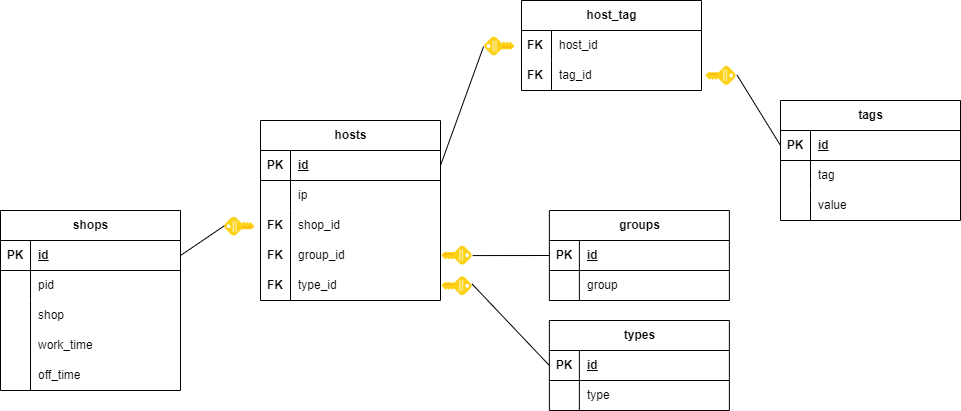
Earlier version of the draw.io export db_schema.png (DorofD/zabbix_actualization_service). Source tidied: cells renumbered, new cells last; positions are measured from the earlier drawing's top-left corner, leaving out a move shared by most shapes.
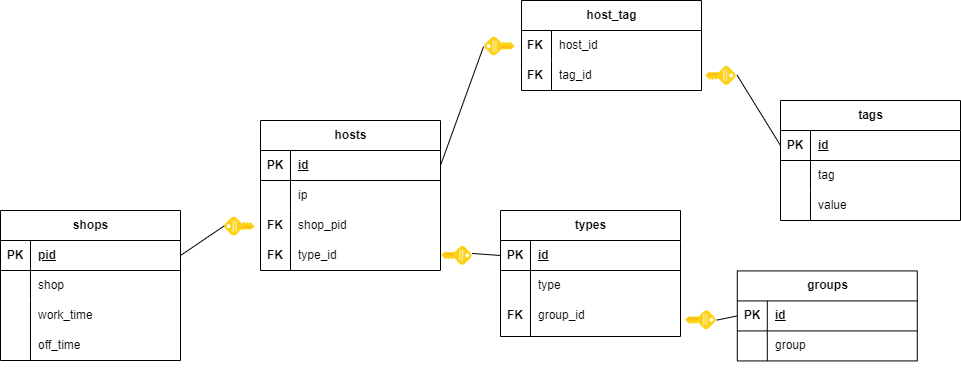
After the commit.

The edit, as a diff of the source:
```diff
@@ -57,7 +57,7 @@
       <mxGeometry y="210" width="180" height="180" as="geometry" />
     </mxCell>
     <mxCell id="20" value="shops" style="shape=table;startSize=30;rowLines=0;fontStyle=1;align=center;html=1;" parent="19" vertex="1">
-      <mxGeometry width="180" height="180" as="geometry" />
+      <mxGeometry width="180" height="150" as="geometry" />
     </mxCell>
     <mxCell id="21" style="shape=tableRow;horizontal=0;startSize=0;swimlaneHead=0;swimlaneBody=0;fillColor=none;points=[[0,0.5],[1,0.5]];portConstraint=eastwest;top=0;left=0;right=0;bottom=1;" parent="20" vertex="1">
       <mxGeometry y="30" width="180" height="30" as="geometry" />
@@ -65,7 +65,7 @@
     <mxCell id="22" value="PK" style="shape=partialRectangle;fillColor=none;top=0;left=0;bottom=0;right=0;fontStyle=1;overflow=hidden;whiteSpace=wrap;html=1;" parent="21" vertex="1">
       <mxGeometry width="30" height="30" as="geometry" />
     </mxCell>
-    <mxCell id="23" value="id" style="shape=partialRectangle;fillColor=none;top=0;left=0;bottom=0;right=0;align=left;spacingLeft=6;fontStyle=5;overflow=hidden;whiteSpace=wrap;html=1;" parent="21" vertex="1">
+    <mxCell id="23" value="pid" style="shape=partialRectangle;fillColor=none;top=0;left=0;bottom=0;right=0;align=left;spacingLeft=6;fontStyle=5;overflow=hidden;whiteSpace=wrap;html=1;" parent="21" vertex="1">
       <mxGeometry x="30" width="150" height="30" as="geometry" />
     </mxCell>
     <mxCell id="24" style="shape=tableRow;horizontal=0;startSize=0;swimlaneHead=0;swimlaneBody=0;fillColor=none;top=0;left=0;right=0;bottom=0;" parent="20" vertex="1">
@@ -74,26 +74,26 @@
     <mxCell id="25" style="shape=partialRectangle;fillColor=none;top=0;left=0;bottom=0;right=0;overflow=hidden;whiteSpace=wrap;html=1;" parent="24" vertex="1">
       <mxGeometry width="30" height="30" as="geometry" />
     </mxCell>
-    <mxCell id="26" value="pid" style="shape=partialRectangle;fillColor=none;top=0;left=0;bottom=0;right=0;align=left;spacingLeft=6;overflow=hidden;whiteSpace=wrap;html=1;" parent="24" vertex="1">
+    <mxCell id="26" style="shape=partialRectangle;fillColor=none;top=0;left=0;bottom=0;right=0;align=left;spacingLeft=6;overflow=hidden;whiteSpace=wrap;html=1;" parent="24" vertex="1">
       <mxGeometry x="30" width="150" height="30" as="geometry" />
     </mxCell>
     <mxCell id="27" style="shape=tableRow;horizontal=0;startSize=0;swimlaneHead=0;swimlaneBody=0;fillColor=none;top=0;left=0;right=0;bottom=0;" parent="20" vertex="1">
-      <mxGeometry y="90" width="180" height="90" as="geometry" />
+      <mxGeometry y="90" width="180" height="60" as="geometry" />
     </mxCell>
     <mxCell id="28" style="shape=partialRectangle;fillColor=none;top=0;left=0;bottom=0;right=0;overflow=hidden;whiteSpace=wrap;html=1;" parent="27" vertex="1">
-      <mxGeometry width="30" height="90" as="geometry" />
+      <mxGeometry width="30" height="60" as="geometry" />
     </mxCell>
     <mxCell id="29" style="shape=partialRectangle;fillColor=none;top=0;left=0;bottom=0;right=0;align=left;spacingLeft=6;overflow=hidden;whiteSpace=wrap;html=1;" parent="27" vertex="1">
-      <mxGeometry x="30" width="150" height="90" as="geometry" />
+      <mxGeometry x="30" width="150" height="60" as="geometry" />
     </mxCell>
     <mxCell id="30" value="shop" style="shape=partialRectangle;fillColor=none;top=0;left=0;bottom=0;right=0;align=left;spacingLeft=6;overflow=hidden;whiteSpace=wrap;html=1;" parent="19" vertex="1">
-      <mxGeometry x="30" y="90" width="150" height="30" as="geometry" />
+      <mxGeometry x="30" y="60" width="150" height="30" as="geometry" />
     </mxCell>
     <mxCell id="31" value="work_time" style="shape=partialRectangle;fillColor=none;top=0;left=0;bottom=0;right=0;align=left;spacingLeft=6;overflow=hidden;whiteSpace=wrap;html=1;" parent="19" vertex="1">
-      <mxGeometry x="30" y="120" width="150" height="30" as="geometry" />
+      <mxGeometry x="30" y="90" width="150" height="30" as="geometry" />
     </mxCell>
     <mxCell id="32" value="off_time" style="shape=partialRectangle;fillColor=none;top=0;left=0;bottom=0;right=0;align=left;spacingLeft=6;overflow=hidden;whiteSpace=wrap;html=1;" parent="19" vertex="1">
-      <mxGeometry x="30" y="150" width="150" height="30" as="geometry" />
+      <mxGeometry x="30" y="120" width="150" height="30" as="geometry" />
     </mxCell>
     <mxCell id="33" style="shape=partialRectangle;fillColor=none;top=0;left=0;bottom=0;right=0;fontStyle=1;overflow=hidden;whiteSpace=wrap;html=1;" parent="19" vertex="1">
       <mxGeometry y="120" width="30" height="30" as="geometry" />
@@ -105,13 +105,13 @@
       <mxGeometry relative="1" as="geometry" />
     </mxCell>
     <mxCell id="36" style="group;" parent="1" vertex="1">
-      <mxGeometry x="230" y="120" width="210" height="180" as="geometry" />
+      <mxGeometry x="230" y="120" width="210" height="200" as="geometry" />
     </mxCell>
     <mxCell id="37" style="group;" parent="36" vertex="1">
-      <mxGeometry x="30" width="180" height="180" as="geometry" />
+      <mxGeometry x="30" width="180" height="200" as="geometry" />
     </mxCell>
     <mxCell id="38" value="hosts" style="shape=table;startSize=30;rowLines=0;fontStyle=1;align=center;html=1;" parent="37" vertex="1">
-      <mxGeometry width="180" height="180" as="geometry" />
+      <mxGeometry width="180" height="150" as="geometry" />
     </mxCell>
     <mxCell id="39" style="shape=tableRow;horizontal=0;startSize=0;swimlaneHead=0;swimlaneBody=0;fillColor=none;points=[[0,0.5],[1,0.5]];portConstraint=eastwest;top=0;left=0;right=0;bottom=1;" parent="38" vertex="1">
       <mxGeometry y="30" width="180" height="30" as="geometry" />
@@ -132,40 +132,34 @@
       <mxGeometry x="30" width="150" height="30" as="geometry" />
     </mxCell>
     <mxCell id="45" style="shape=tableRow;horizontal=0;startSize=0;swimlaneHead=0;swimlaneBody=0;fillColor=none;top=0;left=0;right=0;bottom=0;" parent="38" vertex="1">
-      <mxGeometry y="90" width="180" height="90" as="geometry" />
+      <mxGeometry y="90" width="180" height="60" as="geometry" />
     </mxCell>
     <mxCell id="46" style="shape=partialRectangle;fillColor=none;top=0;left=0;bottom=0;right=0;overflow=hidden;whiteSpace=wrap;html=1;" parent="45" vertex="1">
-      <mxGeometry width="30" height="90" as="geometry" />
+      <mxGeometry width="30" height="60" as="geometry" />
     </mxCell>
     <mxCell id="47" style="shape=partialRectangle;fillColor=none;top=0;left=0;bottom=0;right=0;align=left;spacingLeft=6;overflow=hidden;whiteSpace=wrap;html=1;" parent="45" vertex="1">
-      <mxGeometry x="30" width="150" height="90" as="geometry" />
+      <mxGeometry x="30" width="150" height="60" as="geometry" />
     </mxCell>
-    <mxCell id="48" value="shop_id" style="shape=partialRectangle;fillColor=none;top=0;left=0;bottom=0;right=0;align=left;spacingLeft=6;overflow=hidden;whiteSpace=wrap;html=1;" parent="37" vertex="1">
+    <mxCell id="48" value="shop_pid" style="shape=partialRectangle;fillColor=none;top=0;left=0;bottom=0;right=0;align=left;spacingLeft=6;overflow=hidden;whiteSpace=wrap;html=1;" parent="37" vertex="1">
       <mxGeometry x="30" y="90" width="150" height="30" as="geometry" />
     </mxCell>
     <mxCell id="49" value="type_id" style="shape=partialRectangle;fillColor=none;top=0;left=0;bottom=0;right=0;align=left;spacingLeft=6;overflow=hidden;whiteSpace=wrap;html=1;" parent="37" vertex="1">
-      <mxGeometry x="30" y="150" width="150" height="30" as="geometry" />
+      <mxGeometry x="30" y="120" width="150" height="30" as="geometry" />
     </mxCell>
-    <mxCell id="50" value="group_id" style="shape=partialRectangle;fillColor=none;top=0;left=0;bottom=0;right=0;align=left;spacingLeft=6;overflow=hidden;whiteSpace=wrap;html=1;" parent="37" vertex="1">
-      <mxGeometry x="30" y="120" width="150" height="30" as="geometry" />
-    </mxCell>
     <mxCell id="51" value="FK" style="shape=partialRectangle;fillColor=none;top=0;left=0;bottom=0;right=0;fontStyle=1;overflow=hidden;whiteSpace=wrap;html=1;" parent="37" vertex="1">
       <mxGeometry y="90" width="30" height="30" as="geometry" />
     </mxCell>
     <mxCell id="52" value="FK" style="shape=partialRectangle;fillColor=none;top=0;left=0;bottom=0;right=0;fontStyle=1;overflow=hidden;whiteSpace=wrap;html=1;" parent="37" vertex="1">
-      <mxGeometry y="150" width="30" height="30" as="geometry" />
+      <mxGeometry y="120" width="30" height="30" as="geometry" />
     </mxCell>
-    <mxCell id="53" value="FK" style="shape=partialRectangle;fillColor=none;top=0;left=0;bottom=0;right=0;fontStyle=1;overflow=hidden;whiteSpace=wrap;html=1;" parent="37" vertex="1">
-      <mxGeometry y="120" width="30" height="30" as="geometry" />
-    </mxCell>
     <mxCell id="54" style="sketch=0;html=1;points=[];align=center;image;fontSize=12;image=img/lib/mscae/Key.svg;rotation=-90;" parent="36" vertex="1">
       <mxGeometry y="90" width="18.9" height="30.4" as="geometry" />
     </mxCell>
     <mxCell id="55" style="group;" parent="1" vertex="1">
-      <mxGeometry x="513.1" y="320" width="215.8" height="90" as="geometry" />
+      <mxGeometry x="513.1" y="230" width="215.8" height="105" as="geometry" />
     </mxCell>
     <mxCell id="56" value="types" style="shape=table;startSize=30;rowLines=0;fontStyle=1;align=center;html=1;" parent="55" vertex="1">
-      <mxGeometry x="35.8" width="180" height="90" as="geometry" />
+      <mxGeometry x="-13.1" y="-20" width="180" height="126" as="geometry" />
     </mxCell>
     <mxCell id="57" style="shape=tableRow;horizontal=0;startSize=0;swimlaneHead=0;swimlaneBody=0;fillColor=none;points=[[0,0.5],[1,0.5]];portConstraint=eastwest;top=0;left=0;right=0;bottom=1;" parent="56" vertex="1">
       <mxGeometry y="30" width="180" height="30" as="geometry" />
@@ -177,16 +171,28 @@
       <mxGeometry x="30" width="150" height="30" as="geometry" />
     </mxCell>
     <mxCell id="60" style="shape=tableRow;horizontal=0;startSize=0;swimlaneHead=0;swimlaneBody=0;fillColor=none;top=0;left=0;right=0;bottom=0;" parent="56" vertex="1">
-      <mxGeometry y="60" width="180" height="30" as="geometry" />
+      <mxGeometry y="60" width="180" height="66" as="geometry" />
     </mxCell>
     <mxCell id="61" style="shape=partialRectangle;fillColor=none;top=0;left=0;bottom=0;right=0;overflow=hidden;whiteSpace=wrap;html=1;" parent="60" vertex="1">
-      <mxGeometry width="30" height="30" as="geometry" />
+      <mxGeometry width="30" height="66" as="geometry" />
     </mxCell>
-    <mxCell id="62" value="type" style="shape=partialRectangle;fillColor=none;top=0;left=0;bottom=0;right=0;align=left;spacingLeft=6;overflow=hidden;whiteSpace=wrap;html=1;" parent="60" vertex="1">
-      <mxGeometry x="30" width="150" height="30" as="geometry" />
+    <mxCell id="62" style="shape=partialRectangle;fillColor=none;top=0;left=0;bottom=0;right=0;align=left;spacingLeft=6;overflow=hidden;whiteSpace=wrap;html=1;" parent="60" vertex="1">
+      <mxGeometry x="30" width="150" height="66" as="geometry" />
     </mxCell>
+    <mxCell id="77" style="sketch=0;html=1;points=[];align=center;image;fontSize=12;image=img/lib/mscae/Key.svg;rotation=90;" parent="55" vertex="1">
+      <mxGeometry x="176.9" y="74.6" width="18.9" height="30.4" as="geometry" />
+    </mxCell>
+    <mxCell id="81" value="type" style="shape=partialRectangle;fillColor=none;top=0;left=0;bottom=0;right=0;align=left;spacingLeft=6;overflow=hidden;whiteSpace=wrap;html=1;" parent="55" vertex="1">
+      <mxGeometry x="16.9" y="40.2" width="150" height="30" as="geometry" />
+    </mxCell>
+    <mxCell id="50" value="group_id" style="shape=partialRectangle;fillColor=none;top=0;left=0;bottom=0;right=0;align=left;spacingLeft=6;overflow=hidden;whiteSpace=wrap;html=1;" parent="55" vertex="1">
+      <mxGeometry x="16.9" y="70.2" width="150" height="30" as="geometry" />
+    </mxCell>
+    <mxCell id="53" value="FK" style="shape=partialRectangle;fillColor=none;top=0;left=0;bottom=0;right=0;fontStyle=1;overflow=hidden;whiteSpace=wrap;html=1;" parent="55" vertex="1">
+      <mxGeometry x="-13.1" y="70.2" width="30" height="30" as="geometry" />
+    </mxCell>
     <mxCell id="63" style="group;" parent="1" vertex="1">
-      <mxGeometry x="513.1" y="210" width="215.8" height="90" as="geometry" />
+      <mxGeometry x="701" y="270.4" width="215.8" height="90" as="geometry" />
     </mxCell>
     <mxCell id="64" value="groups" style="shape=table;startSize=30;rowLines=0;fontStyle=1;align=center;html=1;" parent="63" vertex="1">
       <mxGeometry x="35.8" width="180" height="90" as="geometry" />
@@ -227,11 +233,8 @@
     <mxCell id="76" style="endArrow=none;html=1;rounded=0;exitX=0;exitY=0.5;exitDx=0;exitDy=0;entryX=0.452;entryY=-0.061;entryDx=0;entryDy=0;entryPerimeter=0;" parent="1" edge="1" source="3" target="75">
       <mxGeometry relative="1" as="geometry" />
     </mxCell>
-    <mxCell id="77" style="sketch=0;html=1;points=[];align=center;image;fontSize=12;image=img/lib/mscae/Key.svg;rotation=90;" parent="1" vertex="1">
-      <mxGeometry x="446" y="240" width="18.9" height="30.4" as="geometry" />
-    </mxCell>
     <mxCell id="78" style="sketch=0;html=1;points=[];align=center;image;fontSize=12;image=img/lib/mscae/Key.svg;rotation=91;" parent="1" vertex="1">
-      <mxGeometry x="446" y="270.4" width="18.9" height="30.4" as="geometry" />
+      <mxGeometry x="446" y="240" width="18.9" height="30.4" as="geometry" />
     </mxCell>
     <mxCell id="79" value="FK" style="shape=partialRectangle;fillColor=none;top=0;left=0;bottom=0;right=0;fontStyle=1;overflow=hidden;whiteSpace=wrap;html=1;" parent="1" vertex="1">
       <mxGeometry x="520" y="59.6" width="30" height="30" as="geometry" />
```
